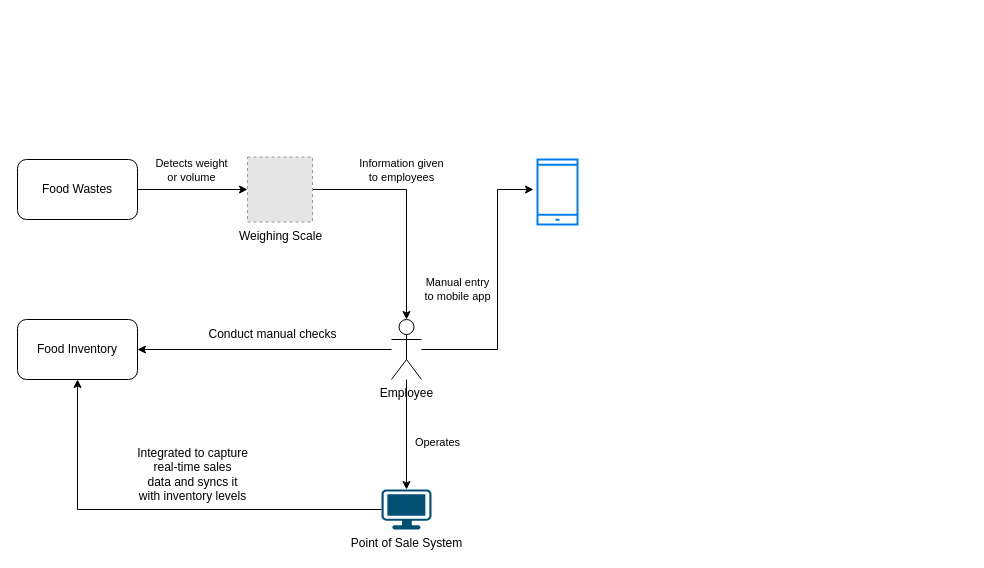
tangkinleung/tangkinleung keeps this draw.io diagram as Untitled Diagram.drawio. Above is the earlier version. Source tidied: cells renumbered, new cells numbered last; positions are measured from the earlier drawing's top-left corner, leaving out a move shared by most shapes. Both pictures are drawn from the tidied source at 100%, with x=0, y=0 at pixel (17, 157). Pictures stored in the file or linked from it are replaced by grey dashed boxes.
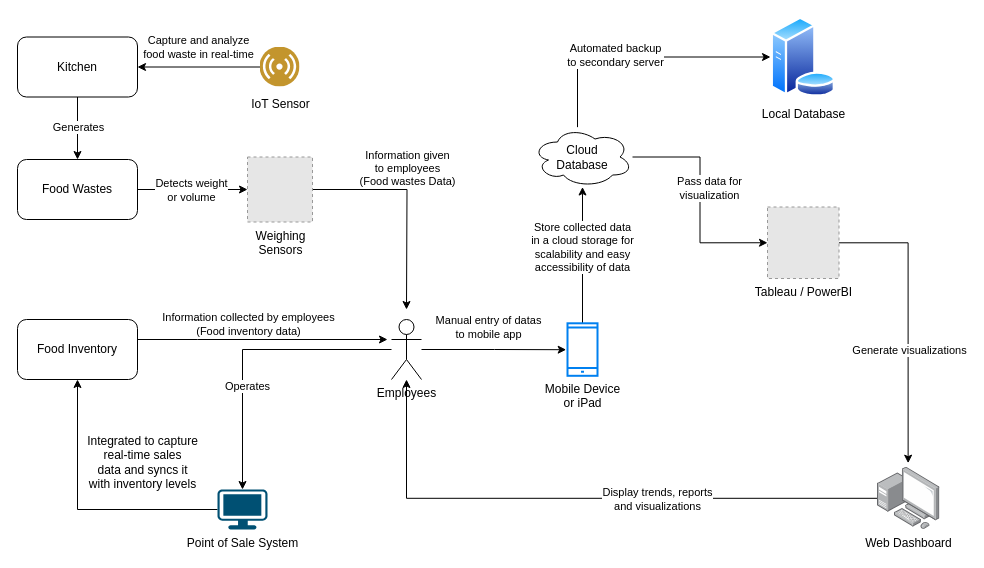
Above is the later version.

Unchanged cells that the change refers to:
```xml
<mxCell id="7" style="edgeStyle=orthogonalEdgeStyle;rounded=0;jettySize=auto;html=1;exitX=1;exitY=0.5;exitDx=0;exitDy=0;entryX=0;entryY=0.5;entryDx=0;entryDy=0;" parent="1" edge="1" source="9" target="12">
  <mxGeometry relative="1" as="geometry" />
</mxCell>
<mxCell id="9" value="Food Wastes" style="rounded=1;whiteSpace=wrap;html=1;" parent="1" vertex="1">
  <mxGeometry y="2" width="120" height="60" as="geometry" />
</mxCell>
<mxCell id="13" value="Food Inventory" style="rounded=1;whiteSpace=wrap;html=1;" parent="1" vertex="1">
  <mxGeometry y="162" width="120" height="60" as="geometry" />
</mxCell>
```

Change to the diagram source:
```diff
@@
+    <mxCell id="4" value="Operates" style="edgeStyle=orthogonalEdgeStyle;rounded=0;jettySize=auto;html=1;entryX=0.5;entryY=0;entryDx=0;entryDy=0;entryPerimeter=0;" parent="1" edge="1" source="5" target="16">
+      <mxGeometry x="0.29" y="5" relative="1" as="geometry" />
+    </mxCell>
-    <mxCell id="2" value="Manual entry&lt;br&gt;to mobile app" style="edgeStyle=orthogonalEdgeStyle;rounded=0;jettySize=auto;html=1;entryX=-0.1;entryY=0.462;entryDx=0;entryDy=0;entryPerimeter=0;" parent="1" edge="1" source="5" target="6">
-      <mxGeometry y="40" relative="1" as="geometry">
-        <Array as="points">
-          <mxPoint x="480" y="192" />
-          <mxPoint x="480" y="32" />
-        </Array>
-      </mxGeometry>
+    <mxCell id="2" style="edgeStyle=orthogonalEdgeStyle;rounded=0;jettySize=auto;html=1;entryX=-0.044;entryY=0.503;entryDx=0;entryDy=0;entryPerimeter=0;" parent="1" edge="1" source="5" target="6">
+      <mxGeometry relative="1" as="geometry" />
     </mxCell>
-    <mxCell id="3" style="edgeStyle=orthogonalEdgeStyle;rounded=0;jettySize=auto;html=1;entryX=1;entryY=0.5;entryDx=0;entryDy=0;" parent="1" edge="1" source="5" target="13">
-      <mxGeometry relative="1" as="geometry" />
-    </mxCell>
-    <mxCell id="4" value="Operates" style="edgeStyle=orthogonalEdgeStyle;rounded=0;jettySize=auto;html=1;entryX=0.5;entryY=0;entryDx=0;entryDy=0;entryPerimeter=0;" parent="1" edge="1" source="5" target="16">
-      <mxGeometry x="0.14" y="31" relative="1" as="geometry" />
-    </mxCell>
+    <mxCell id="18" value="Manual entry of datas&lt;br&gt;to mobile app" style="edgeLabel;html=1;align=center;verticalAlign=middle;" parent="2" vertex="1">
+      <mxGeometry x="0.21" y="-1" relative="1" as="geometry">
+        <mxPoint x="-21" y="-24" as="offset" />
+      </mxGeometry>
+    </mxCell>
-    <mxCell id="5" value="Employee" style="shape=umlActor;verticalLabelPosition=bottom;verticalAlign=top;html=1;outlineConnect=0;" parent="1" vertex="1">
+    <mxCell id="5" value="Employees" style="shape=umlActor;verticalLabelPosition=bottom;verticalAlign=top;html=1;outlineConnect=0;" parent="1" vertex="1">
       <mxGeometry x="374" y="162" width="30" height="60" as="geometry" />
     </mxCell>
+    <mxCell id="19" value="&lt;span style=&quot;background-color: rgb(255, 255, 255);&quot;&gt;Store collected data &lt;br&gt;in a cloud storage for &lt;br&gt;scalability and easy &lt;br&gt;accessibility of data&lt;/span&gt;" style="edgeStyle=orthogonalEdgeStyle;rounded=0;jettySize=auto;html=1;" parent="1" edge="1" source="6" target="32">
+      <mxGeometry x="0.12" relative="1" as="geometry" />
+    </mxCell>
-    <mxCell id="6" style="html=1;verticalLabelPosition=bottom;align=center;labelBackgroundColor=#ffffff;verticalAlign=top;strokeWidth=2;strokeColor=#0080F0;shadow=0;dashed=0;shape=mxgraph.ios7.icons.smartphone;" parent="1" vertex="1">
-      <mxGeometry x="520" y="2" width="40" height="65" as="geometry" />
+    <mxCell id="6" value="Mobile Device&lt;br&gt;or iPad" style="html=1;verticalLabelPosition=bottom;align=center;labelBackgroundColor=#ffffff;verticalAlign=top;strokeWidth=2;strokeColor=#0080F0;shadow=0;dashed=0;shape=mxgraph.ios7.icons.smartphone;" parent="1" vertex="1">
+      <mxGeometry x="550" y="165.8" width="30" height="52.5" as="geometry" />
     </mxCell>
@@
     <mxCell id="8" value="Detects weight&lt;br&gt;or volume" style="edgeLabel;html=1;align=center;verticalAlign=middle;" parent="7" vertex="1">
       <mxGeometry x="-0.19" y="-4" relative="1" as="geometry">
-        <mxPoint x="8" y="-24" as="offset" />
+        <mxPoint x="8" y="-4" as="offset" />
       </mxGeometry>
     </mxCell>
@@
-    <mxCell id="10" style="edgeStyle=orthogonalEdgeStyle;rounded=0;jettySize=auto;html=1;" parent="1" edge="1" source="12" target="5">
-      <mxGeometry relative="1" as="geometry" />
+    <mxCell id="10" style="edgeStyle=orthogonalEdgeStyle;rounded=0;jettySize=auto;html=1;" parent="1" edge="1" source="12">
+      <mxGeometry relative="1" as="geometry">
+        <mxPoint x="389" y="152" as="targetPoint" />
+      </mxGeometry>
     </mxCell>
-    <mxCell id="11" value="Information given&lt;br&gt;to employees" style="edgeLabel;html=1;align=center;verticalAlign=middle;" parent="10" vertex="1">
+    <mxCell id="11" value="Information given&lt;br&gt;to employees &lt;br&gt;(Food wastes Data)" style="edgeLabel;html=1;align=center;verticalAlign=middle;" parent="10" vertex="1">
       <mxGeometry x="-0.26" y="-2" relative="1" as="geometry">
-        <mxPoint x="5" y="-22" as="offset" />
+        <mxPoint x="15" y="-24" as="offset" />
       </mxGeometry>
     </mxCell>
-    <mxCell id="12" value="Weighing Scale" style="fillColor=#E6E6E6;strokeColor=#999999;dashed=1;html=1;verticalAlign=top;verticalLabelPosition=bottom;labelBackgroundColor=#ffffff;" parent="1" vertex="1">
+    <mxCell id="12" value="Weighing &lt;br&gt;Sensors" style="fillColor=#E6E6E6;strokeColor=#999999;dashed=1;html=1;verticalAlign=top;verticalLabelPosition=bottom;labelBackgroundColor=#ffffff;" parent="1" vertex="1">
       <mxGeometry x="230" y="-0.5" width="65" height="65" as="geometry" />
     </mxCell>
+    <mxCell id="20" style="edgeStyle=orthogonalEdgeStyle;rounded=0;jettySize=auto;html=1;" parent="1" edge="1" source="13">
+      <mxGeometry relative="1" as="geometry">
+        <mxPoint x="370" y="182" as="targetPoint" />
+        <Array as="points">
+          <mxPoint x="180" y="182" />
+          <mxPoint x="180" y="182" />
+        </Array>
+      </mxGeometry>
+    </mxCell>
+    <mxCell id="21" value="Information collected by employees&lt;br&gt;(Food inventory data)" style="edgeLabel;html=1;align=center;verticalAlign=middle;" parent="20" vertex="1">
+      <mxGeometry x="-0.19" y="1" relative="1" as="geometry">
+        <mxPoint x="9" y="-15" as="offset" />
+      </mxGeometry>
+    </mxCell>
@@
-    <mxCell id="14" value="Conduct manual checks" style="text;html=1;align=center;verticalAlign=middle;strokeColor=none;fillColor=none;" parent="1" vertex="1">
-      <mxGeometry x="180" y="162" width="150" height="30" as="geometry" />
-    </mxCell>
@@
     <mxCell id="16" value="Point of Sale System" style="points=[[0.03,0.03,0],[0.5,0,0],[0.97,0.03,0],[1,0.4,0],[0.97,0.745,0],[0.5,1,0],[0.03,0.745,0],[0,0.4,0]];verticalLabelPosition=bottom;sketch=0;html=1;verticalAlign=top;align=center;shape=mxgraph.cisco19.workstation;fillColor=#005073;strokeColor=none;" parent="1" vertex="1">
-      <mxGeometry x="364" y="332" width="50" height="40" as="geometry" />
+      <mxGeometry x="200" y="332" width="50" height="40" as="geometry" />
     </mxCell>
     <mxCell id="17" value="Integrated to capture &lt;br&gt;real-time sales &lt;br&gt;data and syncs it &lt;br&gt;with inventory levels" style="text;html=1;align=center;verticalAlign=middle;strokeColor=none;fillColor=none;" parent="1" vertex="1">
-      <mxGeometry x="110" y="282" width="130" height="70" as="geometry" />
+      <mxGeometry x="60" y="269.5" width="130" height="70" as="geometry" />
     </mxCell>
+    <mxCell id="22" style="edgeStyle=orthogonalEdgeStyle;rounded=0;jettySize=auto;html=1;entryX=0.5;entryY=0;entryDx=0;entryDy=0;" parent="1" edge="1" source="24" target="9">
+      <mxGeometry relative="1" as="geometry" />
+    </mxCell>
+    <mxCell id="23" value="Generates" style="edgeLabel;html=1;align=center;verticalAlign=middle;" parent="22" vertex="1">
+      <mxGeometry x="-0.15" y="-1" relative="1" as="geometry">
+        <mxPoint x="1" y="3" as="offset" />
+      </mxGeometry>
+    </mxCell>
+    <mxCell id="24" value="Kitchen" style="rounded=1;whiteSpace=wrap;html=1;" parent="1" vertex="1">
+      <mxGeometry y="-120.5" width="120" height="60" as="geometry" />
+    </mxCell>
+    <mxCell id="25" style="edgeStyle=orthogonalEdgeStyle;rounded=0;jettySize=auto;html=1;entryX=1;entryY=0.5;entryDx=0;entryDy=0;" parent="1" edge="1" source="27" target="24">
+      <mxGeometry relative="1" as="geometry" />
+    </mxCell>
+    <mxCell id="26" value="Capture and analyze &lt;br&gt;food waste in real-time" style="edgeLabel;html=1;align=center;verticalAlign=middle;" parent="25" vertex="1">
+      <mxGeometry x="-0.17" y="1" relative="1" as="geometry">
+        <mxPoint x="-11" y="-21" as="offset" />
+      </mxGeometry>
+    </mxCell>
+    <mxCell id="27" value="&lt;font color=&quot;#000000&quot;&gt;IoT Sensor&lt;/font&gt;" style="image;perimeter=ellipsePerimeter;html=1;align=center;shadow=0;dashed=0;fontColor=#4277BB;labelBackgroundColor=default;fontSize=12;spacingTop=3;image=img/lib/ibm/users/sensor.svg;" parent="1" vertex="1">
+      <mxGeometry x="242.5" y="-110.5" width="40" height="40" as="geometry" />
+    </mxCell>
+    <mxCell id="28" style="edgeStyle=orthogonalEdgeStyle;rounded=0;jettySize=auto;html=1;entryX=0;entryY=0.5;entryDx=0;entryDy=0;" parent="1" edge="1" source="32" target="35">
+      <mxGeometry relative="1" as="geometry" />
+    </mxCell>
+    <mxCell id="29" value="Pass data for &lt;br&gt;visualization" style="edgeLabel;html=1;align=center;verticalAlign=middle;" parent="28" vertex="1">
+      <mxGeometry x="-0.22" relative="1" as="geometry">
+        <mxPoint x="9" y="12" as="offset" />
+      </mxGeometry>
+    </mxCell>
+    <mxCell id="30" style="edgeStyle=orthogonalEdgeStyle;rounded=0;jettySize=auto;html=1;entryX=0;entryY=0.5;entryDx=0;entryDy=0;" parent="1" edge="1" source="32" target="36">
+      <mxGeometry relative="1" as="geometry">
+        <Array as="points">
+          <mxPoint x="560" y="-100.5" />
+        </Array>
+      </mxGeometry>
+    </mxCell>
+    <mxCell id="31" value="&lt;div&gt;Automated backup&lt;/div&gt;&lt;div&gt;to secondary server&lt;/div&gt;" style="edgeLabel;html=1;align=center;verticalAlign=middle;" parent="30" vertex="1">
+      <mxGeometry x="-0.18" y="2" relative="1" as="geometry" />
+    </mxCell>
+    <mxCell id="32" value="Cloud&lt;br&gt;Database" style="ellipse;shape=cloud;whiteSpace=wrap;html=1;align=center;" parent="1" vertex="1">
+      <mxGeometry x="515" y="-30.5" width="100" height="60" as="geometry" />
+    </mxCell>
+    <mxCell id="33" style="edgeStyle=orthogonalEdgeStyle;rounded=0;jettySize=auto;html=1;entryX=0.491;entryY=-0.063;entryDx=0;entryDy=0;entryPerimeter=0;" parent="1" edge="1" source="35" target="39">
+      <mxGeometry relative="1" as="geometry" />
+    </mxCell>
+    <mxCell id="34" value="Generate visualizations" style="edgeLabel;html=1;align=center;verticalAlign=middle;" parent="33" vertex="1">
+      <mxGeometry y="2" relative="1" as="geometry">
+        <mxPoint x="-1" y="31" as="offset" />
+      </mxGeometry>
+    </mxCell>
+    <mxCell id="35" value="Tableau / PowerBI" style="fillColor=#E6E6E6;strokeColor=#999999;dashed=1;html=1;verticalAlign=top;verticalLabelPosition=bottom;labelBackgroundColor=#ffffff;" parent="1" vertex="1">
+      <mxGeometry x="750" y="49.5" width="71.5" height="71.5" as="geometry" />
+    </mxCell>
+    <mxCell id="36" value="Local Database" style="image;perimeter=ellipsePerimeter;html=1;align=center;shadow=0;dashed=0;spacingTop=3;image=img/lib/active_directory/database_server.svg;" parent="1" vertex="1">
+      <mxGeometry x="753" y="-140.5" width="65.6" height="80" as="geometry" />
+    </mxCell>
+    <mxCell id="37" style="edgeStyle=orthogonalEdgeStyle;rounded=0;jettySize=auto;html=1;" parent="1" edge="1" source="39" target="5">
+      <mxGeometry relative="1" as="geometry" />
+    </mxCell>
+    <mxCell id="38" value="Display trends, reports&lt;br&gt;and visualizations" style="edgeLabel;html=1;align=center;verticalAlign=middle;" parent="37" vertex="1">
+      <mxGeometry x="-0.25" y="1" relative="1" as="geometry" />
+    </mxCell>
+    <mxCell id="39" value="Web Dashboard" style="image;points=[];html=1;align=center;shadow=0;dashed=0;image=img/lib/allied_telesis/computer_and_terminals/Personal_Computer_with_Server.svg;" parent="1" vertex="1">
+      <mxGeometry x="860" y="309.6" width="62.4" height="62.4" as="geometry" />
+    </mxCell>
```
